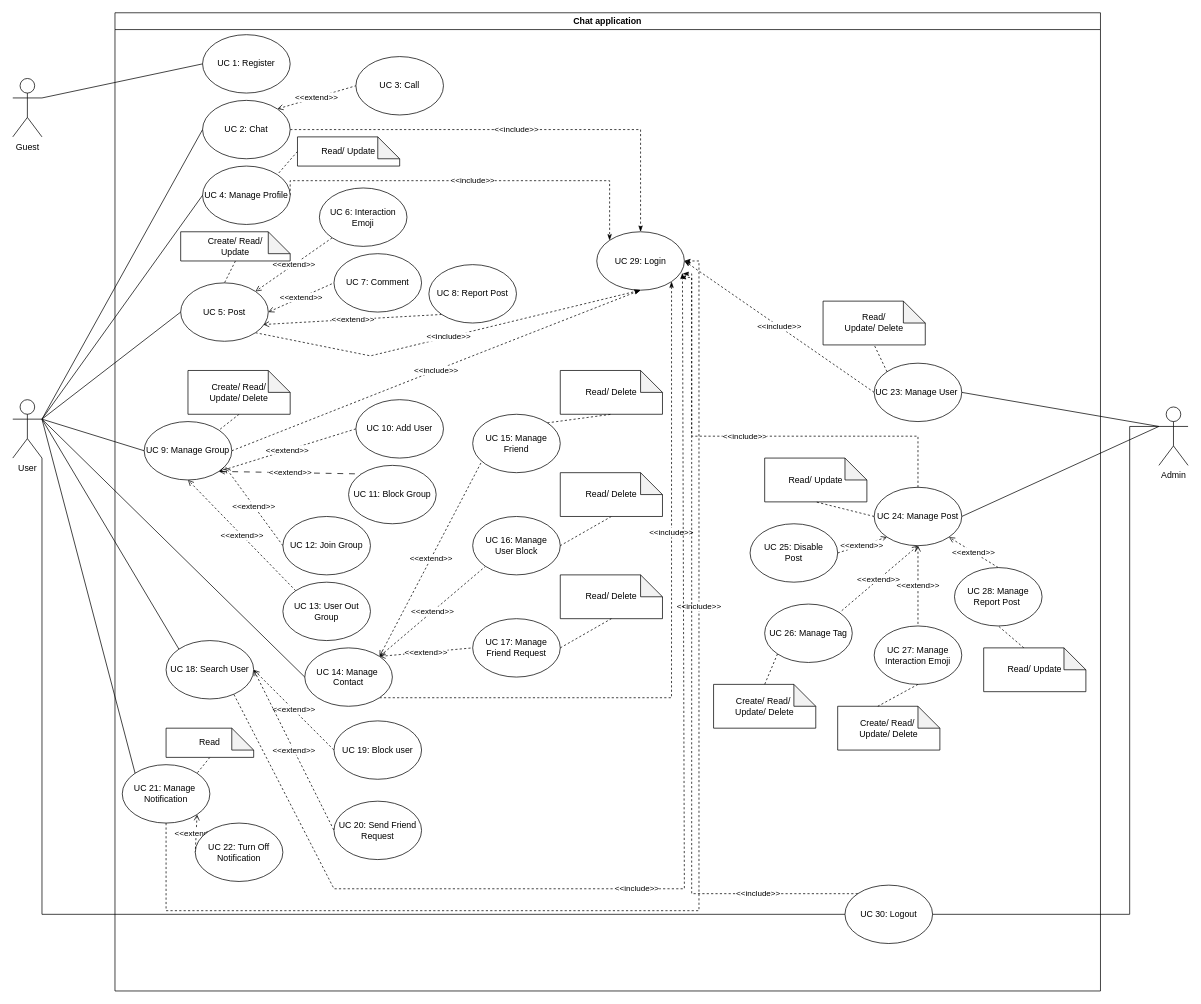
This is page "Page-1" (1 of 5) of docs/Use Case Diagram/UC-Chatapp.drawio from Carl-Johnsons/Chat-Application, a draw.io file, before an edit. Source tidied: cells renumbered, new cells numbered last; positions are measured from the earlier drawing's top-left corner, leaving out a move shared by most shapes. Both pictures are drawn from the tidied source at 73%, with x=0, y=0 at pixel (12, 12).
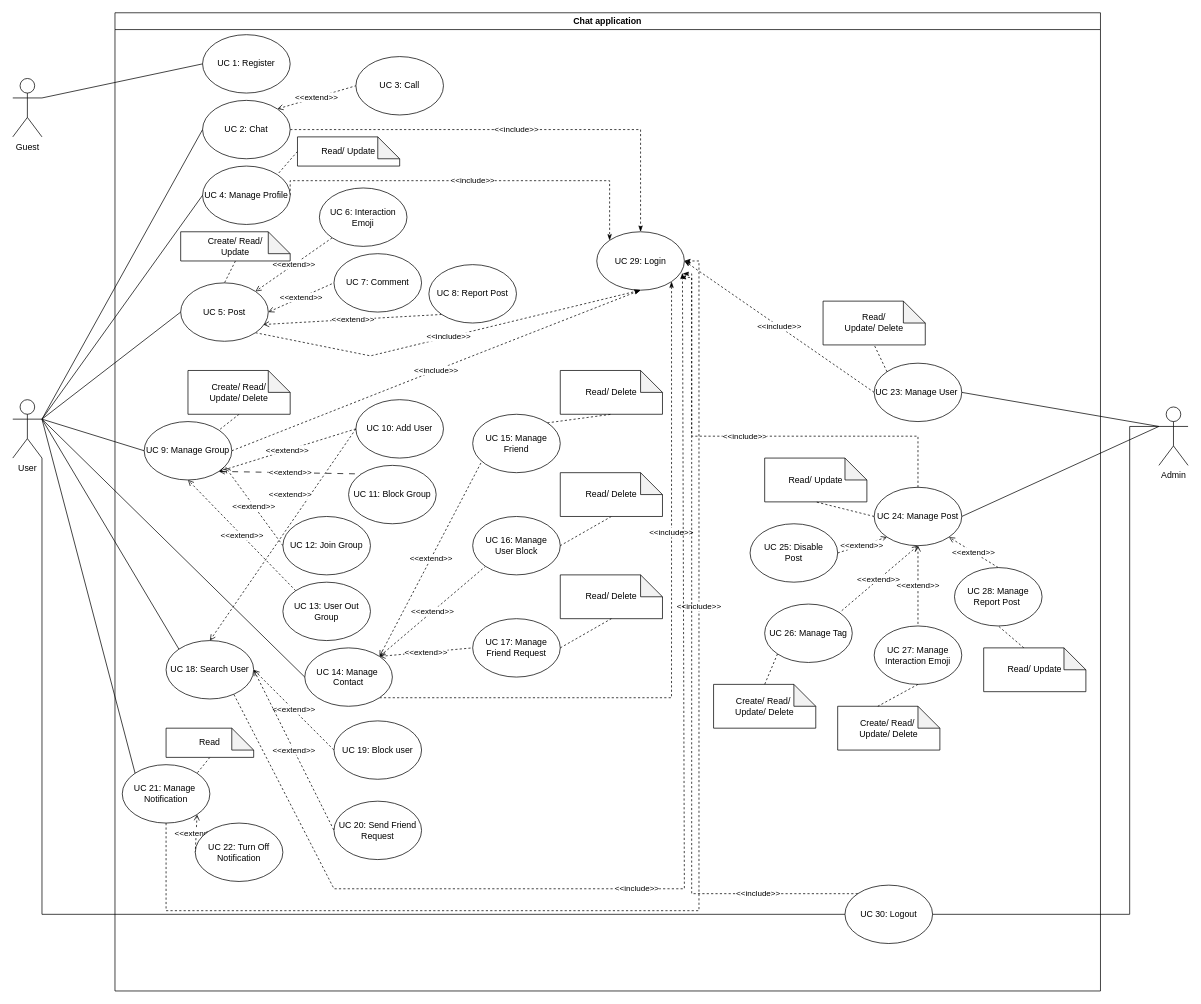
After the change.

Commit message (it also covers changes not shown here):
fix use case diagram Chattapp

Unchanged cells that the change refers to:
```xml
<mxCell id="2" value="Chat application" style="swimlane;whiteSpace=wrap;html=1;" parent="1" vertex="1">
  <mxGeometry x="140" width="1350" height="1340" as="geometry" />
</mxCell>
<mxCell id="24" value="UC 18: Search User" style="ellipse;whiteSpace=wrap;html=1;" parent="2" vertex="1">
  <mxGeometry x="70" y="860" width="120" height="80" as="geometry" />
</mxCell>
<mxCell id="33" value="UC 10: Add User" style="ellipse;whiteSpace=wrap;html=1;" parent="2" vertex="1">
  <mxGeometry x="330" y="530" width="120" height="80" as="geometry" />
</mxCell>
```

Diff of the diagram source:
```diff
@@
+    <mxCell id="100" value="&amp;lt;&amp;lt;extend&amp;gt;&amp;gt;" style="rounded=0;jettySize=auto;html=1;exitX=0;exitY=0.5;exitDx=0;exitDy=0;entryX=0.5;entryY=0;entryDx=0;entryDy=0;dashed=1;endArrow=open;endFill=0;" parent="2" edge="1" source="33" target="24">
+      <mxGeometry x="-0.29" y="-23" relative="1" as="geometry" />
+    </mxCell>
```
